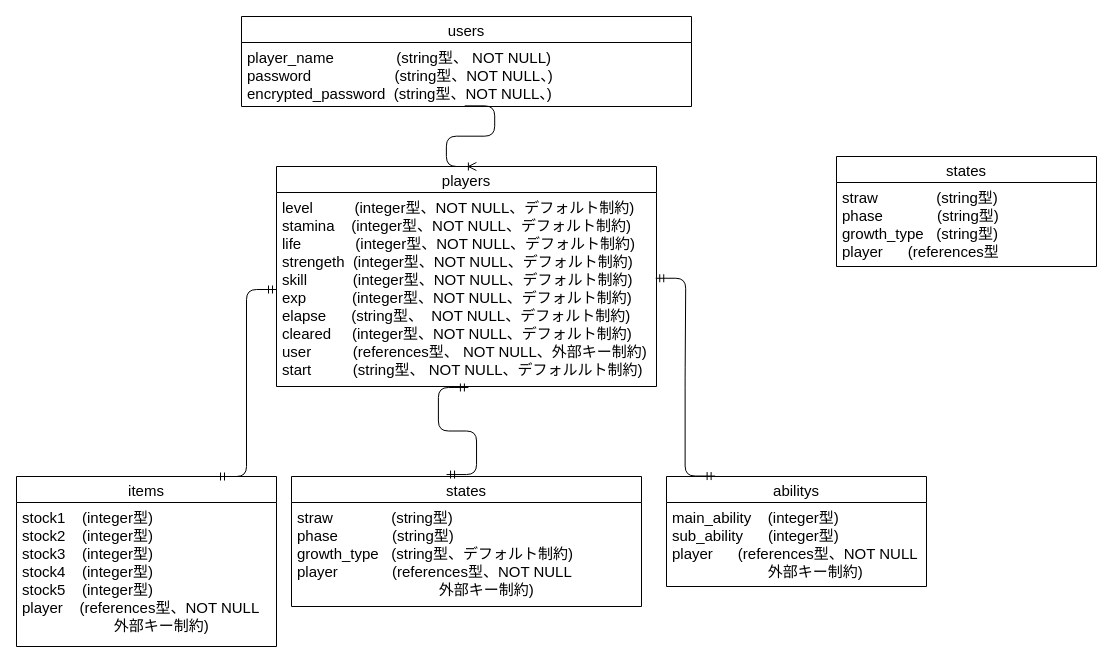
Above: table.dio in kimoto-naoki/original_app (draw.io), before the change. Source tidied: cells renumbered, new cells numbered last; positions are measured from the earlier drawing's top-left corner, leaving out a move shared by most shapes. Both pictures are drawn from the tidied source at 100%, with x=0, y=0 at pixel (16, 16).
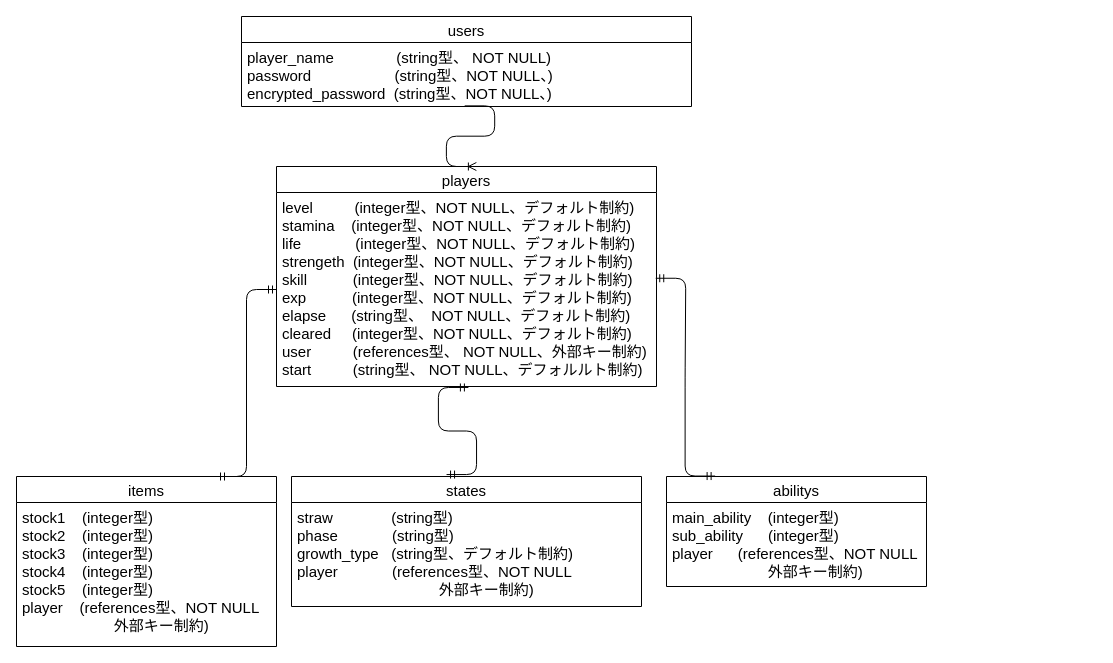
Above is the later version.

Commit message (it also covers changes not shown here):
テーブル設計変更

The edit, as a diff of the source:
```diff
@@
 <mxGraphModel>
   <root>
     <mxCell id="0" />
     <mxCell id="1" parent="0" />
     <mxCell id="2" value="users" style="swimlane;fontStyle=0;horizontal=1;startSize=26;align=center;fontSize=15;" parent="1" vertex="1">
       <mxGeometry x="225" width="450" height="90" as="geometry" />
     </mxCell>
     <mxCell id="3" value="player_name               (string型、 NOT NULL)&#10;password                    (string型、NOT NULL、)&#10;encrypted_password  (string型、NOT NULL、)" style="text;strokeColor=none;fillColor=none;spacingLeft=4;spacingRight=4;overflow=hidden;points=[[0,0.5],[1,0.5]];portConstraint=eastwest;fontSize=15;spacingTop=0;spacingBottom=4;" parent="2" vertex="1">
       <mxGeometry y="26" width="450" height="64" as="geometry" />
     </mxCell>
     <mxCell id="4" value="players" style="swimlane;fontStyle=0;horizontal=1;startSize=26;align=center;fontSize=15;" parent="1" vertex="1">
       <mxGeometry x="260" y="150" width="380" height="220" as="geometry" />
     </mxCell>
     <mxCell id="5" value="level          (integer型、NOT NULL、デフォルト制約)&#10;stamina    (integer型、NOT NULL、デフォルト制約)&#10;life             (integer型、NOT NULL、デフォルト制約)&#10;strengeth  (integer型、NOT NULL、デフォルト制約)&#10;skill           (integer型、NOT NULL、デフォルト制約)&#10;exp           (integer型、NOT NULL、デフォルト制約)&#10;elapse      (string型、  NOT NULL、デフォルト制約)&#10;cleared     (integer型、NOT NULL、デフォルト制約)&#10;user          (references型、 NOT NULL、外部キー制約)&#10;start          (string型、 NOT NULL、デフォルルト制約)" style="text;strokeColor=none;fillColor=none;spacingLeft=4;spacingRight=4;overflow=hidden;points=[[0,0.5],[1,0.5]];portConstraint=eastwest;fontSize=15;spacingTop=0;spacingBottom=4;" parent="4" vertex="1">
       <mxGeometry y="26" width="380" height="194" as="geometry" />
     </mxCell>
     <mxCell id="6" value="states" style="swimlane;fontStyle=0;horizontal=1;startSize=26;align=center;fontSize=15;" parent="1" vertex="1">
       <mxGeometry x="275" y="460" width="350" height="130" as="geometry" />
     </mxCell>
     <mxCell id="7" value="straw              (string型)&#10;phase             (string型)&#10;growth_type   (string型、デフォルト制約)&#10;player             (references型、NOT NULL&#10;                                  外部キー制約)" style="text;strokeColor=none;fillColor=none;spacingLeft=4;spacingRight=4;overflow=hidden;fontSize=15;spacingTop=0;spacingBottom=4;" parent="6" vertex="1">
       <mxGeometry y="26" width="350" height="104" as="geometry" />
     </mxCell>
     <mxCell id="8" value="abilitys" style="swimlane;fontStyle=0;horizontal=1;startSize=26;align=center;fontSize=15;" parent="1" vertex="1">
       <mxGeometry x="650" y="460" width="260" height="110" as="geometry" />
     </mxCell>
     <mxCell id="9" value="main_ability    (integer型)&#10;sub_ability      (integer型)&#10;player      (references型、NOT NULL&#10;                       外部キー制約)" style="text;strokeColor=none;fillColor=none;spacingLeft=4;spacingRight=4;overflow=hidden;fontSize=15;spacingTop=0;spacingBottom=4;" parent="8" vertex="1">
       <mxGeometry y="26" width="260" height="84" as="geometry" />
     </mxCell>
     <mxCell id="10" value="items" style="swimlane;fontStyle=0;horizontal=1;startSize=26;align=center;fontSize=15;" parent="1" vertex="1">
       <mxGeometry y="460" width="260" height="170" as="geometry" />
     </mxCell>
     <mxCell id="11" value="stock1    (integer型)&#10;stock2    (integer型)&#10;stock3    (integer型)&#10;stock4    (integer型)&#10;stock5    (integer型) &#10;player    (references型、NOT NULL&#10;                      外部キー制約)" style="text;strokeColor=none;fillColor=none;spacingLeft=4;spacingRight=4;overflow=hidden;fontSize=15;spacingTop=0;spacingBottom=4;" parent="10" vertex="1">
       <mxGeometry y="26" width="260" height="144" as="geometry" />
     </mxCell>
     <mxCell id="12" style="edgeStyle=entityRelationEdgeStyle;fontSize=12;html=1;endArrow=ERoneToMany;exitX=0.496;exitY=0.99;exitDx=0;exitDy=0;exitPerimeter=0;entryX=0.526;entryY=0;entryDx=0;entryDy=0;entryPerimeter=0;" parent="1" edge="1" source="3" target="4">
       <mxGeometry relative="1" as="geometry" />
     </mxCell>
     <mxCell id="13" style="edgeStyle=entityRelationEdgeStyle;fontSize=12;html=1;endArrow=ERmandOne;startArrow=ERmandOne;entryX=0.998;entryY=0.442;entryDx=0;entryDy=0;entryPerimeter=0;exitX=0.187;exitY=-0.004;exitDx=0;exitDy=0;exitPerimeter=0;" parent="1" edge="1" source="8" target="5">
       <mxGeometry relative="1" as="geometry" />
     </mxCell>
     <mxCell id="14" style="edgeStyle=entityRelationEdgeStyle;fontSize=12;html=1;endArrow=ERmandOne;startArrow=ERmandOne;entryX=0.505;entryY=1.005;entryDx=0;entryDy=0;entryPerimeter=0;exitX=0.443;exitY=-0.015;exitDx=0;exitDy=0;exitPerimeter=0;" parent="1" edge="1" source="6" target="5">
       <mxGeometry relative="1" as="geometry" />
     </mxCell>
     <mxCell id="15" style="edgeStyle=entityRelationEdgeStyle;fontSize=12;html=1;endArrow=ERmandOne;startArrow=ERmandOne;entryX=0;entryY=0.5;entryDx=0;entryDy=0;" parent="1" edge="1" target="5">
       <mxGeometry relative="1" as="geometry">
         <mxPoint x="200" y="460" as="sourcePoint" />
       </mxGeometry>
     </mxCell>
-    <mxCell id="16" value="states" style="swimlane;fontStyle=0;horizontal=1;startSize=26;align=center;fontSize=15;" parent="1" vertex="1">
-      <mxGeometry x="820" y="140" width="260" height="110" as="geometry" />
-    </mxCell>
-    <mxCell id="17" value="straw              (string型)&#10;phase             (string型)&#10;growth_type   (string型)&#10;player      (references型" style="text;strokeColor=none;fillColor=none;spacingLeft=4;spacingRight=4;overflow=hidden;fontSize=15;spacingTop=0;spacingBottom=4;" parent="16" vertex="1">
-      <mxGeometry y="26" width="260" height="84" as="geometry" />
-    </mxCell>
   </root>
 </mxGraphModel>
```
